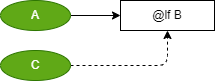
The draw.io diagram Language/png/IF2.dio.png in DualsoftDev/ds, before a commit. Source tidied: cells renumbered, new cells last; positions are measured from the earlier drawing's top-left corner, leaving out a move shared by most shapes.
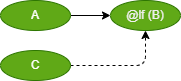
Later version of the same file.

The edit, as a diff of the source:
```diff
@@ -2,20 +2,20 @@
   <root>
     <mxCell id="0" />
     <mxCell id="1" parent="0" />
-    <mxCell id="2" style="edgeStyle=none;html=1;exitX=1;exitY=0.5;exitDx=0;exitDy=0;entryX=0;entryY=0.5;entryDx=0;entryDy=0;" parent="1" edge="1" source="6" target="5">
-      <mxGeometry relative="1" as="geometry" />
-    </mxCell>
-    <mxCell id="3" style="edgeStyle=orthogonalEdgeStyle;html=1;exitX=1;exitY=0.5;exitDx=0;exitDy=0;entryX=0.5;entryY=1;entryDx=0;entryDy=0;dashed=1;" parent="1" edge="1" source="4" target="5">
+    <mxCell id="3" style="edgeStyle=none;html=1;exitX=1;exitY=0.5;exitDx=0;exitDy=0;entryX=0;entryY=0.5;entryDx=0;entryDy=0;" parent="1" edge="1" source="6" target="8">
       <mxGeometry relative="1" as="geometry" />
     </mxCell>
+    <mxCell id="7" style="edgeStyle=orthogonalEdgeStyle;html=1;exitX=1;exitY=0.5;exitDx=0;exitDy=0;entryX=0.5;entryY=1;entryDx=0;entryDy=0;dashed=1;" parent="1" edge="1" source="4" target="8">
+      <mxGeometry relative="1" as="geometry" />
+    </mxCell>
     <mxCell id="4" value="C" style="ellipse;whiteSpace=wrap;html=1;fillColor=#60a917;fontColor=#ffffff;strokeColor=#2D7600;" parent="1" vertex="1">
       <mxGeometry y="50" width="70" height="30" as="geometry" />
     </mxCell>
-    <mxCell id="5" value="@lf B" style="rounded=0;whiteSpace=wrap;html=1;" parent="1" vertex="1">
-      <mxGeometry x="120" width="94" height="30" as="geometry" />
-    </mxCell>
     <mxCell id="6" value="A" style="ellipse;whiteSpace=wrap;html=1;fillColor=#60a917;fontColor=#ffffff;strokeColor=#2D7600;" parent="1" vertex="1">
       <mxGeometry width="70" height="30" as="geometry" />
     </mxCell>
+    <mxCell id="8" value="&lt;span style=&quot;color: rgb(240 , 240 , 240)&quot;&gt;@lf (B)&lt;/span&gt;" style="ellipse;whiteSpace=wrap;html=1;fillColor=#60a917;fontColor=#ffffff;strokeColor=#2D7600;" parent="1" vertex="1">
+      <mxGeometry x="110" width="70" height="30" as="geometry" />
+    </mxCell>
   </root>
 </mxGraphModel>
```
